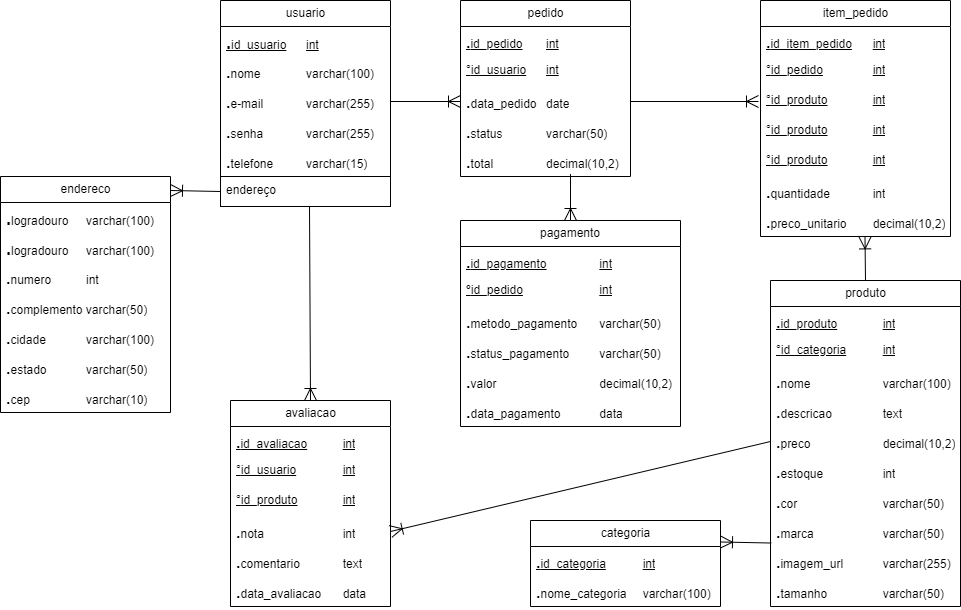
The draw.io diagram Entregues/ER.png in aliceqo/LMNTRX-Shoes, before a commit. Source tidied: cells renumbered, new cells last; positions are measured from the earlier drawing's top-left corner, leaving out a move shared by most shapes.
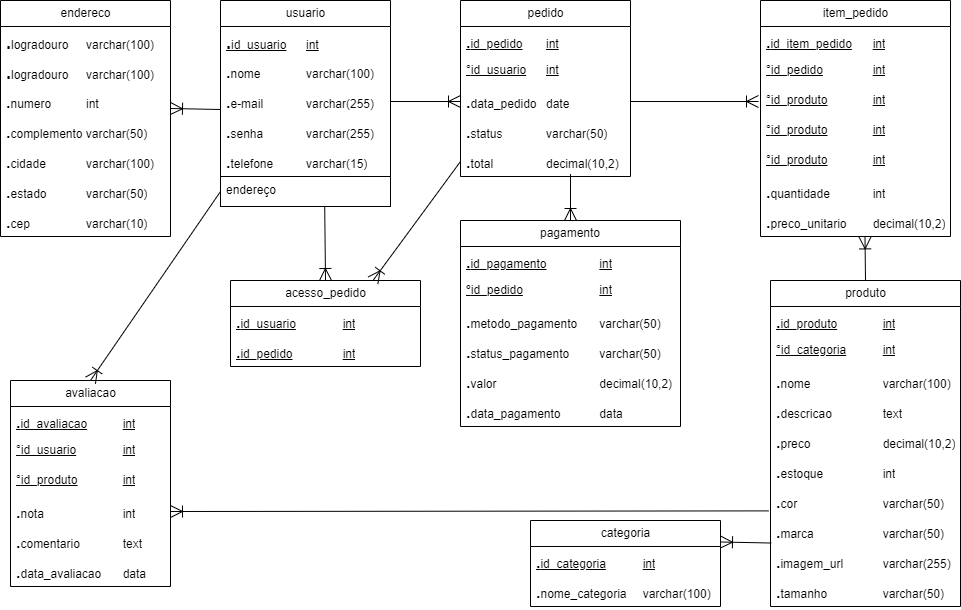
Later version of the same file.

The edit, as a diff of the source:
```diff
@@ -24,7 +24,7 @@
       <mxGeometry y="176" width="170" height="30" as="geometry" />
     </mxCell>
     <mxCell id="9" value="endereco" style="swimlane;fontStyle=0;horizontal=1;startSize=26;fillColor=none;html=1;" parent="1" vertex="1">
-      <mxGeometry y="176" width="170" height="236" as="geometry" />
+      <mxGeometry width="170" height="236" as="geometry" />
     </mxCell>
     <mxCell id="10" value="&lt;font style=&quot;&quot;&gt;&lt;font style=&quot;&quot;&gt;&lt;font style=&quot;font-size: 18px;&quot;&gt;&lt;b&gt;.&lt;/b&gt;&lt;/font&gt;logradouro&lt;/font&gt;&amp;nbsp;&lt;span style=&quot;font-size: 12px; white-space: pre;&quot;&gt;&#9;&lt;/span&gt;varchar(100)&lt;/font&gt;" style="text;strokeColor=none;fillColor=none;align=left;verticalAlign=top;spacingLeft=4;spacingRight=4;overflow=hidden;whiteSpace=wrap;html=1;" parent="9" vertex="1">
       <mxGeometry y="26" width="170" height="30" as="geometry" />
@@ -157,7 +157,7 @@
       <mxGeometry y="296" width="190" height="30" as="geometry" />
     </mxCell>
     <mxCell id="52" value="avaliacao" style="swimlane;fontStyle=0;horizontal=1;startSize=26;fillColor=none;html=1;" parent="1" vertex="1">
-      <mxGeometry x="230" y="400" width="160" height="206" as="geometry" />
+      <mxGeometry x="10" y="380" width="160" height="206" as="geometry" />
     </mxCell>
     <mxCell id="53" value="&lt;u&gt;&lt;font size=&quot;3&quot;&gt;&lt;b&gt;.&lt;/b&gt;&lt;/font&gt;id_avaliacao&lt;span style=&quot;white-space: pre;&quot;&gt;&#9;&lt;span style=&quot;white-space: pre;&quot;&gt;&#9;&lt;/span&gt;&lt;/span&gt;int&lt;/u&gt;" style="text;strokeColor=none;fillColor=none;align=left;verticalAlign=top;spacingLeft=4;spacingRight=4;overflow=hidden;whiteSpace=wrap;html=1;" parent="52" vertex="1">
       <mxGeometry y="26" width="160" height="30" as="geometry" />
@@ -177,14 +177,11 @@
     <mxCell id="58" value="&lt;font size=&quot;3&quot;&gt;&lt;b&gt;.&lt;/b&gt;&lt;/font&gt;data_avaliacao&lt;span style=&quot;white-space: pre;&quot;&gt;&#9;&lt;/span&gt;data" style="text;strokeColor=none;fillColor=none;align=left;verticalAlign=top;spacingLeft=4;spacingRight=4;overflow=hidden;whiteSpace=wrap;html=1;" parent="52" vertex="1">
       <mxGeometry y="176" width="160" height="30" as="geometry" />
     </mxCell>
-    <mxCell id="59" style="endArrow=none;startArrow=ERoneToMany;endFill=0;startFill=0;endSize=8;startSize=10;html=1;rounded=0;entryX=0;entryY=0.5;entryDx=0;entryDy=0;exitX=1;exitY=0.5;exitDx=0;exitDy=0;" parent="1" edge="1" source="56" target="46">
+    <mxCell id="59" style="endArrow=none;startArrow=ERoneToMany;endFill=0;startFill=0;endSize=8;startSize=10;html=1;rounded=0;entryX=-0.009;entryY=0.813;entryDx=0;entryDy=0;exitX=1;exitY=0.5;exitDx=0;exitDy=0;entryPerimeter=0;" parent="1" edge="1" source="56" target="48">
       <mxGeometry relative="1" as="geometry" />
     </mxCell>
-    <mxCell id="60" style="endArrow=none;startArrow=ERoneToMany;endFill=0;startFill=0;endSize=8;startSize=10;html=1;rounded=0;" parent="1" edge="1">
-      <mxGeometry relative="1" as="geometry">
-        <mxPoint x="310" y="400" as="sourcePoint" />
-        <mxPoint x="309" y="206" as="targetPoint" />
-      </mxGeometry>
+    <mxCell id="60" style="endArrow=none;startArrow=ERoneToMany;endFill=0;startFill=0;endSize=8;startSize=10;html=1;rounded=0;entryX=0;entryY=0.5;entryDx=0;entryDy=0;exitX=0.5;exitY=0;exitDx=0;exitDy=0;" parent="1" edge="1" source="52" target="8">
+      <mxGeometry relative="1" as="geometry" />
     </mxCell>
     <mxCell id="61" value="categoria" style="swimlane;fontStyle=0;horizontal=1;startSize=26;fillColor=none;html=1;" parent="1" vertex="1">
       <mxGeometry x="530" y="520" width="190" height="86" as="geometry" />
@@ -195,9 +192,10 @@
     <mxCell id="63" value="&lt;font size=&quot;3&quot;&gt;&lt;b&gt;.&lt;/b&gt;&lt;/font&gt;nome_categoria&lt;span style=&quot;white-space: pre;&quot;&gt;&#9;&lt;/span&gt;varchar(100)" style="text;strokeColor=none;fillColor=none;align=left;verticalAlign=top;spacingLeft=4;spacingRight=4;overflow=hidden;whiteSpace=wrap;html=1;" parent="61" vertex="1">
       <mxGeometry y="56" width="190" height="30" as="geometry" />
     </mxCell>
-    <mxCell id="64" style="endArrow=none;startArrow=ERoneToMany;endFill=0;startFill=0;endSize=8;startSize=10;html=1;rounded=0;fontFamily=Helvetica;fontSize=12;fontColor=default;entryX=0;entryY=0.5;entryDx=0;entryDy=0;" parent="1" edge="1" target="8">
+    <mxCell id="64" style="endArrow=none;startArrow=ERoneToMany;endFill=0;startFill=0;endSize=8;startSize=10;html=1;rounded=0;fontFamily=Helvetica;fontSize=12;fontColor=default;entryX=0;entryY=0.5;entryDx=0;entryDy=0;" parent="1" edge="1">
       <mxGeometry relative="1" as="geometry">
-        <mxPoint x="170" y="190" as="sourcePoint" />
+        <mxPoint x="170" y="108" as="sourcePoint" />
+        <mxPoint x="220" y="109" as="targetPoint" />
       </mxGeometry>
     </mxCell>
     <mxCell id="65" style="endArrow=none;startArrow=ERoneToMany;endFill=0;startFill=0;endSize=8;startSize=10;html=1;rounded=0;fontFamily=Helvetica;fontSize=12;fontColor=default;entryX=0.5;entryY=0;entryDx=0;entryDy=0;exitX=0.55;exitY=1.013;exitDx=0;exitDy=0;exitPerimeter=0;" parent="1" edge="1" source="39" target="41">
@@ -206,5 +204,20 @@
     <mxCell id="66" style="endArrow=none;startArrow=ERoneToMany;endFill=0;startFill=0;endSize=8;startSize=10;html=1;rounded=0;fontFamily=Helvetica;fontSize=12;fontColor=default;exitX=1;exitY=0.25;exitDx=0;exitDy=0;entryX=0.004;entryY=0.884;entryDx=0;entryDy=0;entryPerimeter=0;" parent="1" edge="1" source="61" target="49">
       <mxGeometry relative="1" as="geometry" />
     </mxCell>
+    <mxCell id="67" value="acesso_pedido" style="swimlane;fontStyle=0;horizontal=1;startSize=26;fillColor=none;html=1;" parent="1" vertex="1">
+      <mxGeometry x="230" y="280" width="190" height="86" as="geometry" />
+    </mxCell>
+    <mxCell id="68" value="&lt;u&gt;&lt;font size=&quot;3&quot;&gt;&lt;b&gt;.&lt;/b&gt;&lt;/font&gt;id_usuario&lt;span style=&quot;white-space: pre;&quot;&gt;&#9;&lt;span style=&quot;white-space: pre;&quot;&gt;&#9;&lt;/span&gt;&lt;/span&gt;int&lt;/u&gt;" style="text;strokeColor=none;fillColor=none;align=left;verticalAlign=top;spacingLeft=4;spacingRight=4;overflow=hidden;whiteSpace=wrap;html=1;" parent="67" vertex="1">
+      <mxGeometry y="26" width="190" height="30" as="geometry" />
+    </mxCell>
+    <mxCell id="69" value="&lt;u&gt;&lt;font size=&quot;3&quot;&gt;&lt;b&gt;.&lt;/b&gt;&lt;/font&gt;id_pedido&lt;span style=&quot;white-space: pre;&quot;&gt;&#9;&lt;span style=&quot;white-space: pre;&quot;&gt;&#9;&lt;/span&gt;&lt;/span&gt;int&lt;/u&gt;" style="text;strokeColor=none;fillColor=none;align=left;verticalAlign=top;spacingLeft=4;spacingRight=4;overflow=hidden;whiteSpace=wrap;html=1;" parent="67" vertex="1">
+      <mxGeometry y="56" width="190" height="30" as="geometry" />
+    </mxCell>
+    <mxCell id="70" style="endArrow=none;startArrow=ERoneToMany;endFill=0;startFill=0;endSize=8;startSize=10;html=1;rounded=0;fontFamily=Helvetica;fontSize=12;fontColor=default;entryX=0.613;entryY=0.987;entryDx=0;entryDy=0;exitX=0.5;exitY=0;exitDx=0;exitDy=0;entryPerimeter=0;" parent="1" edge="1" source="67" target="8">
+      <mxGeometry relative="1" as="geometry" />
+    </mxCell>
+    <mxCell id="71" style="endArrow=none;startArrow=ERoneToMany;endFill=0;startFill=0;endSize=8;startSize=10;html=1;rounded=0;fontFamily=Helvetica;fontSize=12;fontColor=default;entryX=0;entryY=0.5;entryDx=0;entryDy=0;exitX=0.75;exitY=0;exitDx=0;exitDy=0;" parent="1" edge="1" source="67" target="22">
+      <mxGeometry relative="1" as="geometry" />
+    </mxCell>
   </root>
 </mxGraphModel>
```
